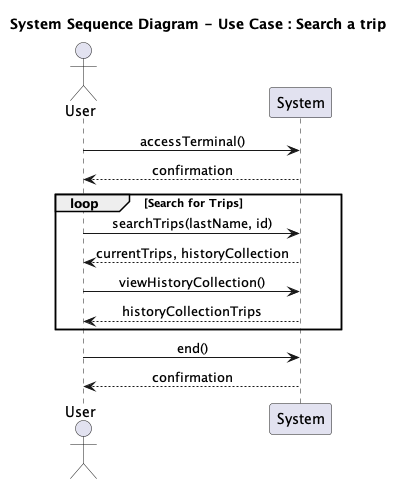
Before: Iteration 2/out/Use case-search a trip/Sequence Diagram.png, a diagram exported from PlantUML (Cimpo1/SOEN342_2025).
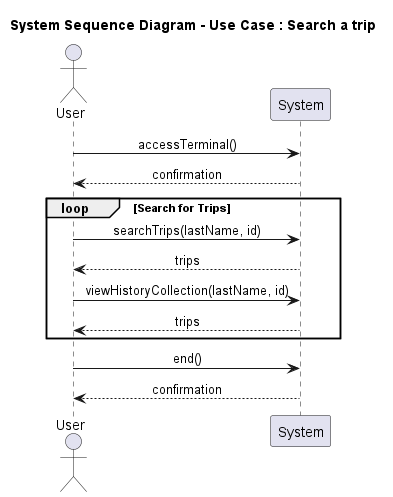
Later version of the same file.

Diff of the diagram source:
```diff
@@ -9,10 +9,10 @@
 terminal --> User : confirmation
 loop Search for Trips
     User -> terminal : searchTrips(lastName, id)
-    terminal --> User : currentTrips, historyCollection
+    terminal --> User : trips
 
-    User -> terminal : viewHistoryCollection()
-    terminal --> User : historyCollectionTrips
+    User -> terminal : viewHistoryCollection(lastName, id)
+    terminal --> User : trips
 end
 User -> terminal : end()
 terminal --> User : confirmation
```
